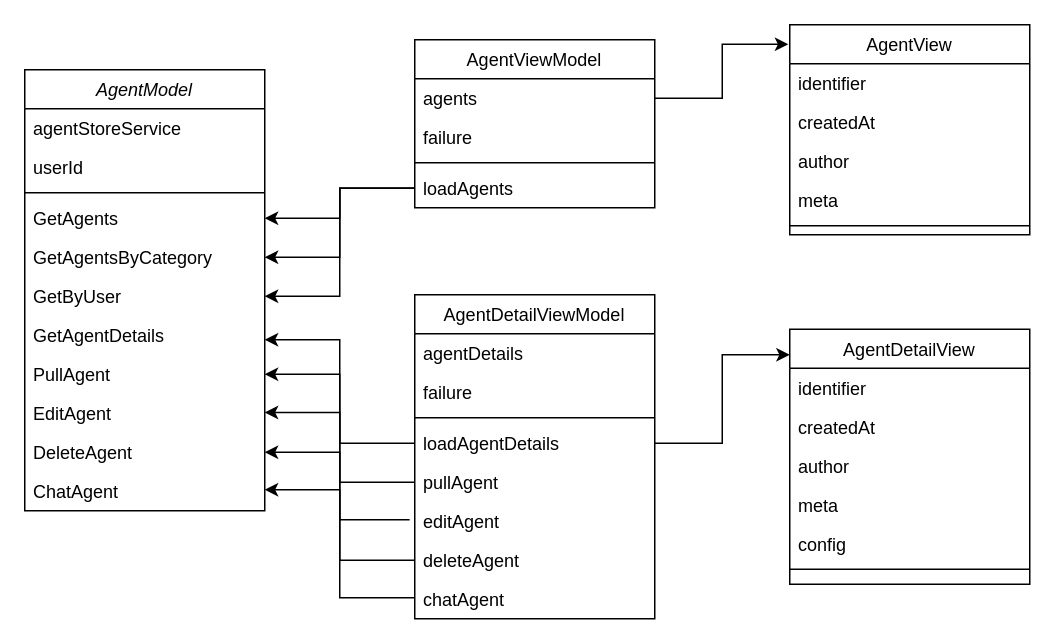
GitTuanKiet/CSE441_PROJECT keeps this draw.io diagram as MVVMDiagram.drawio. Above is the earlier version. Source tidied: cells renumbered, new cells numbered last; positions are measured from the earlier drawing's top-left corner, leaving out a move shared by most shapes. Both pictures are drawn from the tidied source at 150%, with x=0, y=0 at pixel (24, 24).
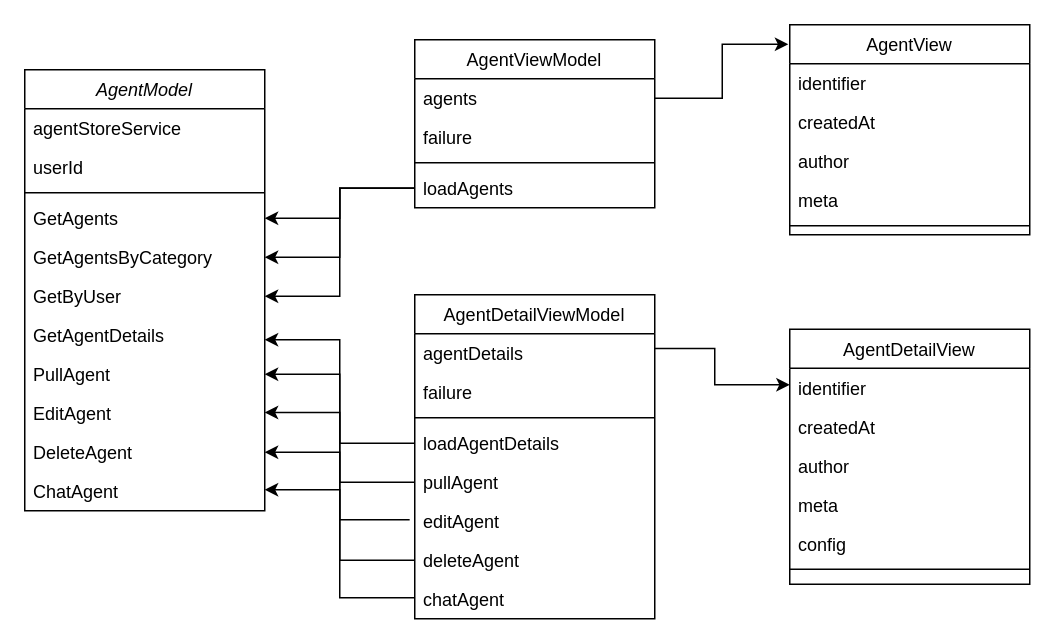
The same page after the edit.

The change refers to these unchanged cells:
```xml
<mxCell id="26" value="agentDetails" style="text;align=left;verticalAlign=top;spacingLeft=4;spacingRight=4;overflow=hidden;points=[[0,0.5],[1,0.5]];portConstraint=eastwest;" parent="25" vertex="1">
  <mxGeometry y="26" width="160" height="26" as="geometry" />
</mxCell>
<mxCell id="29" value="loadAgentDetails" style="text;align=left;verticalAlign=top;spacingLeft=4;spacingRight=4;overflow=hidden;points=[[0,0.5],[1,0.5]];portConstraint=eastwest;" parent="25" vertex="1">
  <mxGeometry y="86" width="160" height="26" as="geometry" />
</mxCell>
<mxCell id="34" value="AgentDetailView" style="swimlane;fontStyle=0;align=center;verticalAlign=top;horizontal=1;startSize=26;rounded=0;shadow=0;strokeWidth=1;" parent="1" vertex="1">
  <mxGeometry x="510" y="203" width="160" height="170" as="geometry" />
</mxCell>
```

The edit, as a diff of the source:
```diff
@@
-    <mxCell id="50" style="edgeStyle=orthogonalEdgeStyle;rounded=0;jettySize=auto;html=1;entryX=0;entryY=0.1;entryDx=0;entryDy=0;entryPerimeter=0;" parent="1" edge="1" source="29" target="34">
-      <mxGeometry relative="1" as="geometry" />
+    <mxCell id="50" style="edgeStyle=orthogonalEdgeStyle;rounded=0;jettySize=auto;html=1;exitX=1;exitY=0.38;exitDx=0;exitDy=0;exitPerimeter=0;" parent="1" edge="1" source="26">
+      <mxGeometry relative="1" as="geometry">
+        <mxPoint x="510" y="240" as="targetPoint" />
+        <Array as="points">
+          <mxPoint x="460" y="216" />
+          <mxPoint x="460" y="240" />
+        </Array>
+      </mxGeometry>
     </mxCell>
```
